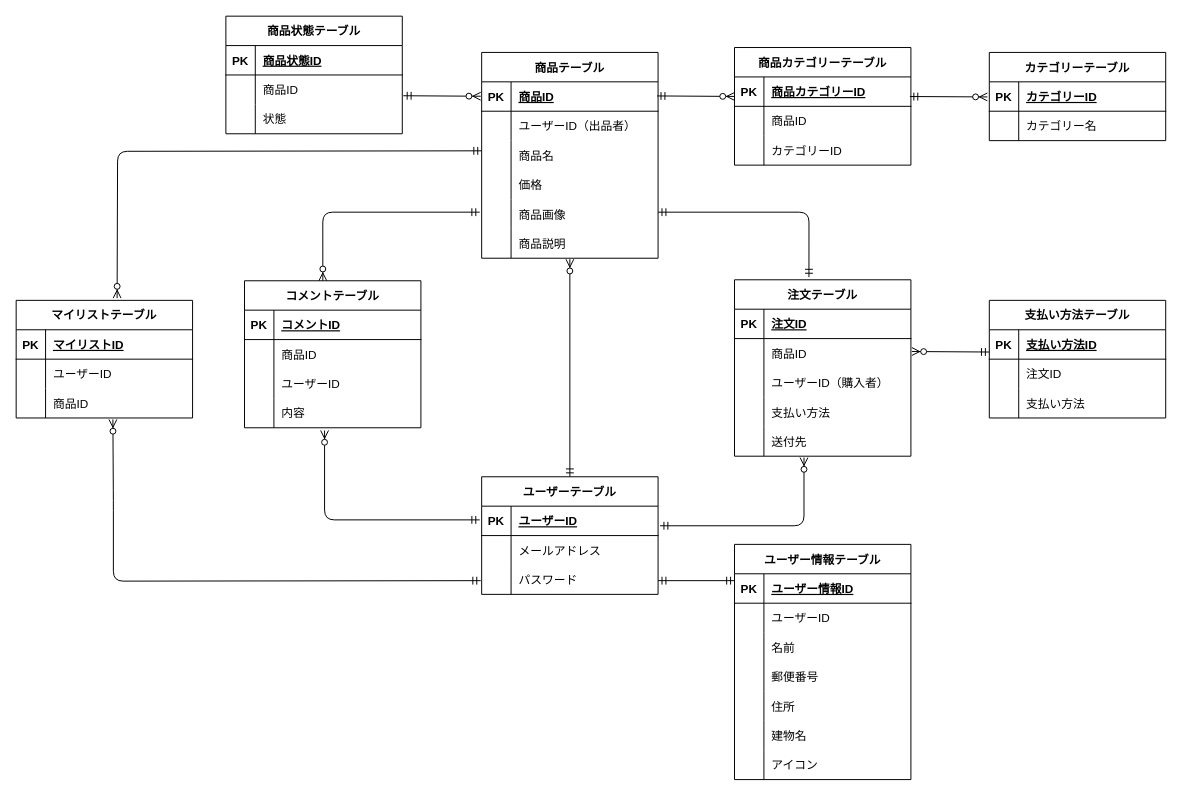
Before: ER.dio in sumiyoshi0123/coachtech-flea-market, a draw.io diagram. Source tidied: cells renumbered, new cells numbered last; positions are measured from the earlier drawing's top-left corner, leaving out a move shared by most shapes. Both pictures are drawn from the tidied source at 98%, with x=0, y=0 at pixel (16, 16).
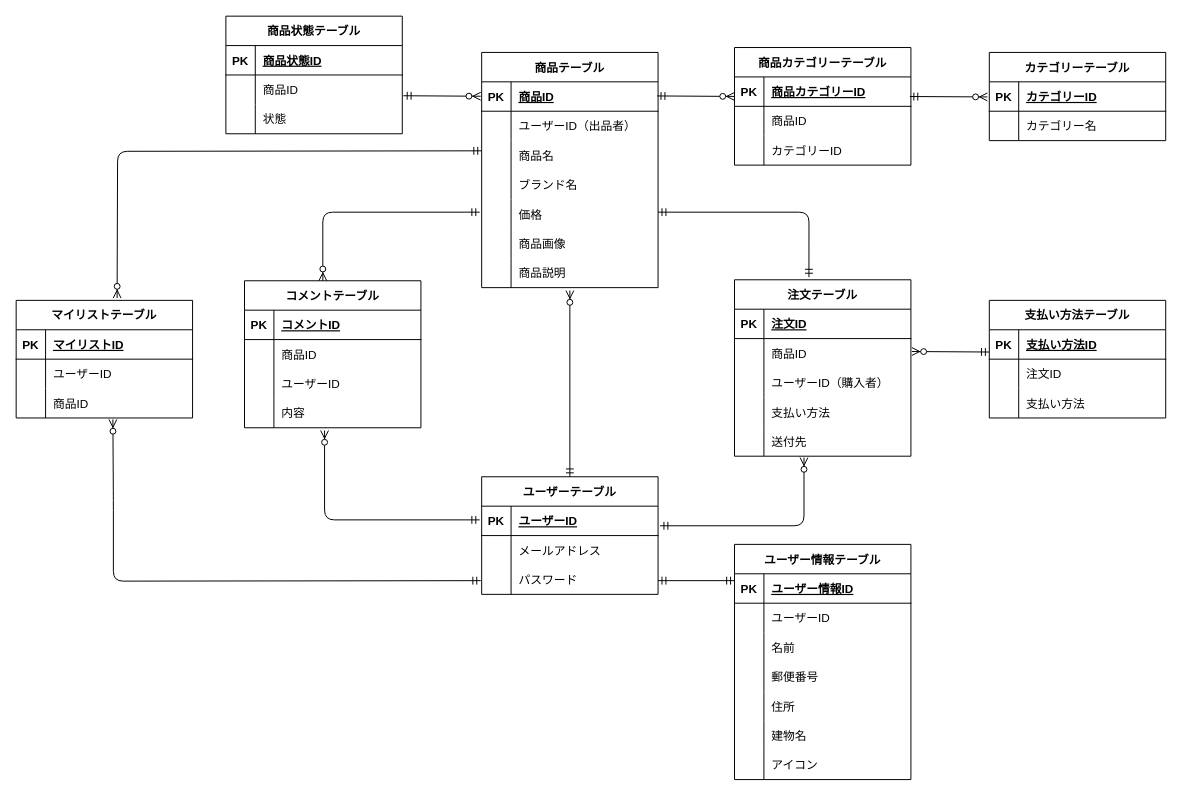
After the change.

Unchanged cells that the change refers to:
```xml
<mxCell id="2" value="ユーザーテーブル" style="shape=table;startSize=30;childLayout=tableLayout;rowLines=0;fontStyle=1;align=center;" parent="1" vertex="1">
  <mxGeometry x="475" y="470" width="180" height="120" as="geometry" />
</mxCell>
```

Diff of the diagram source:
```diff
@@
     <mxCell id="12" value="商品テーブル" style="shape=table;startSize=30;childLayout=tableLayout;rowLines=0;fontStyle=1;align=center;" parent="1" vertex="1">
-      <mxGeometry x="475" y="37" width="180" height="210" as="geometry" />
+      <mxGeometry x="475" y="37" width="180" height="240" as="geometry" />
     </mxCell>
@@
+    <mxCell id="141" style="shape=tableRow;horizontal=0;startSize=0;swimlaneHead=0;swimlaneBody=0;fillColor=none;top=0;left=0;right=0;bottom=0;" parent="12" vertex="1">
+      <mxGeometry y="120" width="180" height="30" as="geometry" />
+    </mxCell>
+    <mxCell id="142" style="shape=partialRectangle;fillColor=none;top=0;left=0;bottom=0;right=0;overflow=hidden;" parent="141" vertex="1">
+      <mxGeometry width="30" height="30" as="geometry" />
+    </mxCell>
+    <mxCell id="143" value="ブランド名" style="shape=partialRectangle;fillColor=none;top=0;left=0;bottom=0;right=0;align=left;spacingLeft=6;overflow=hidden;" parent="141" vertex="1">
+      <mxGeometry x="30" width="150" height="30" as="geometry" />
+    </mxCell>
     <mxCell id="22" style="shape=tableRow;horizontal=0;startSize=0;swimlaneHead=0;swimlaneBody=0;fillColor=none;top=0;left=0;right=0;bottom=0;" parent="12" vertex="1">
-      <mxGeometry y="120" width="180" height="30" as="geometry" />
+      <mxGeometry y="150" width="180" height="30" as="geometry" />
     </mxCell>
@@
     <mxCell id="25" style="shape=tableRow;horizontal=0;startSize=0;swimlaneHead=0;swimlaneBody=0;fillColor=none;top=0;left=0;right=0;bottom=0;" parent="12" vertex="1">
-      <mxGeometry y="150" width="180" height="30" as="geometry" />
+      <mxGeometry y="180" width="180" height="30" as="geometry" />
     </mxCell>
@@
     <mxCell id="28" style="shape=tableRow;horizontal=0;startSize=0;swimlaneHead=0;swimlaneBody=0;fillColor=none;top=0;left=0;right=0;bottom=0;" parent="12" vertex="1">
-      <mxGeometry y="180" width="180" height="30" as="geometry" />
+      <mxGeometry y="210" width="180" height="30" as="geometry" />
     </mxCell>
@@
     <mxCell id="89" style="fontSize=12;html=1;endArrow=ERzeroToMany;startArrow=ERmandOne;exitX=0.5;exitY=0;exitDx=0;exitDy=0;" parent="1" edge="1" source="2">
       <mxGeometry relative="1" as="geometry">
-        <mxPoint x="565" y="248" as="targetPoint" />
+        <mxPoint x="565" y="280" as="targetPoint" />
       </mxGeometry>
     </mxCell>
```
